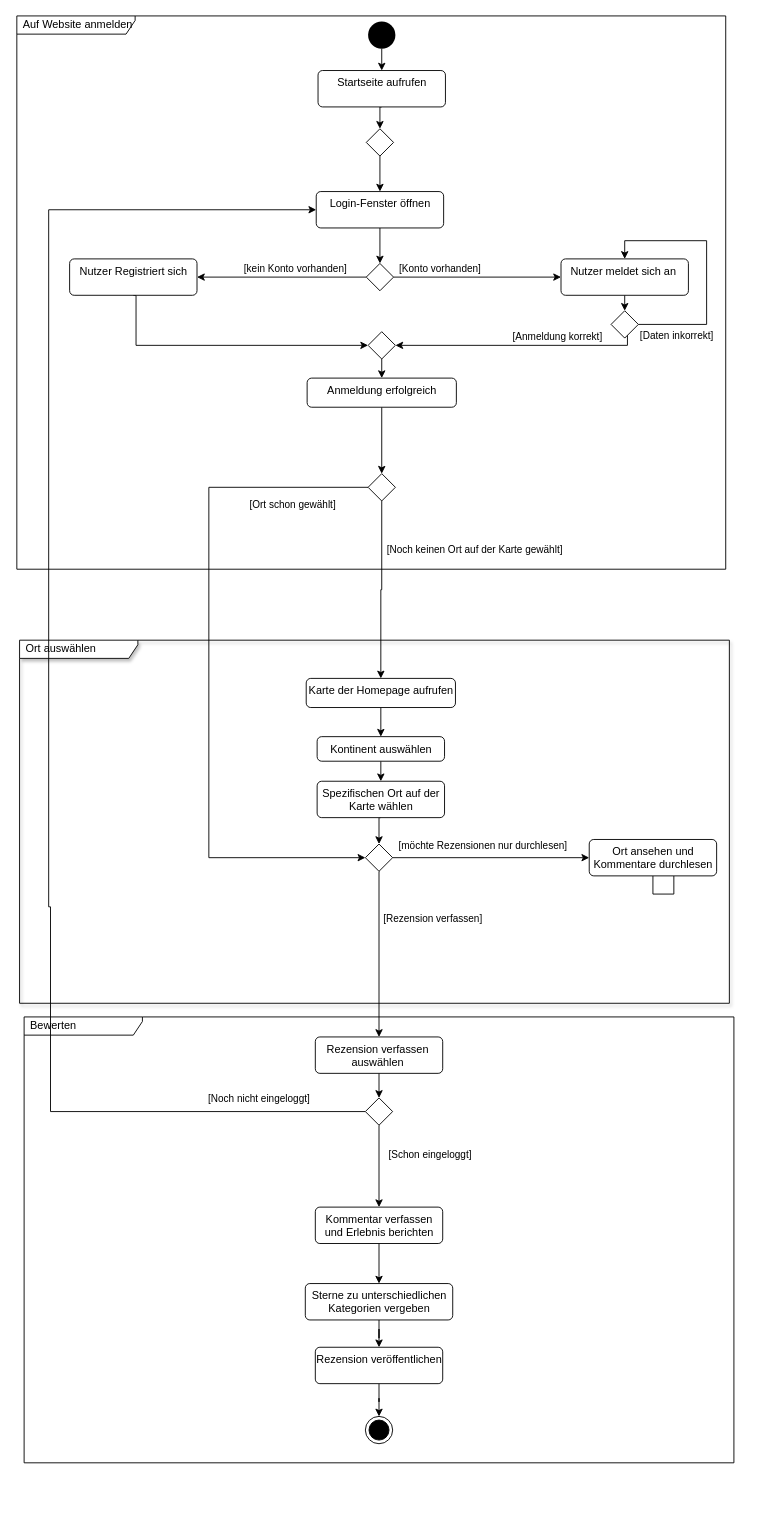
mertoo36/Web-Programmierung keeps this draw.io diagram as Unbenanntes Diagramm.drawio. Above is the earlier version. Source tidied: cells renumbered, new cells numbered last; positions are measured from the earlier drawing's top-left corner, leaving out a move shared by most shapes. Both pictures are drawn from the tidied source at 91%, with x=0, y=0 at pixel (16, 15).
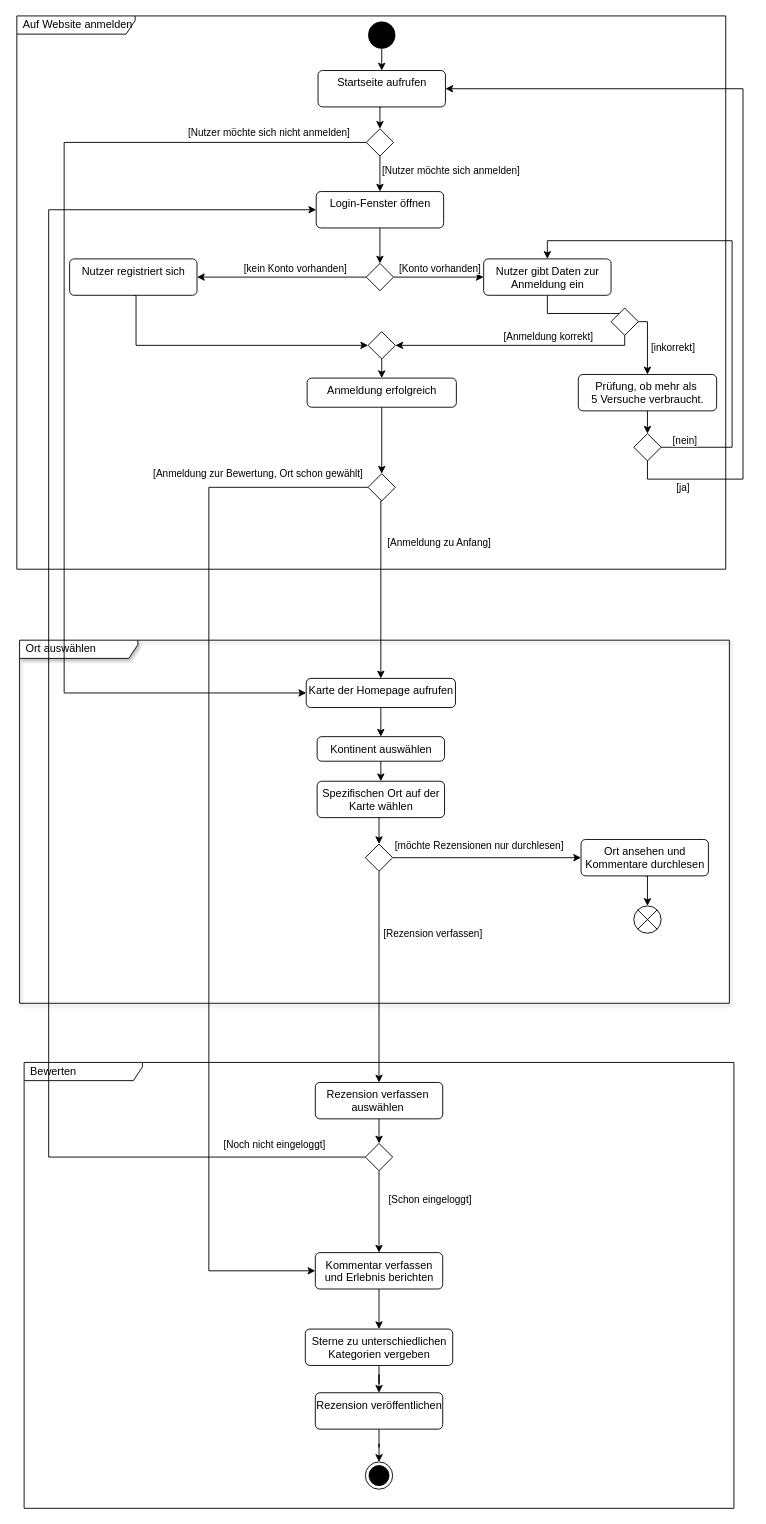
After the change.

The change refers to these unchanged cells:
```xml
<mxCell id="11" style="edgeStyle=orthogonalEdgeStyle;rounded=0;jettySize=auto;html=1;exitX=1;exitY=0.5;exitDx=0;exitDy=0;" parent="1" edge="1" source="15" target="10">
  <mxGeometry relative="1" as="geometry" />
</mxCell>
<mxCell id="24" style="rhombus;" parent="1" vertex="1">
  <mxGeometry x="386" y="347" width="30" height="30" as="geometry" />
</mxCell>
<mxCell id="26" value="Karte der Homepage aufrufen" style="html=1;align=center;verticalAlign=top;rounded=1;absoluteArcSize=1;arcSize=10;dashed=0;" parent="1" vertex="1">
  <mxGeometry x="318" y="728" width="164" height="32" as="geometry" />
</mxCell>
<mxCell id="34" style="rhombus;" parent="1" vertex="1">
  <mxGeometry x="383" y="910" width="30" height="30" as="geometry" />
</mxCell>
<mxCell id="46" value="Startseite aufrufen" style="html=1;align=center;verticalAlign=top;rounded=1;absoluteArcSize=1;arcSize=10;dashed=0;" parent="1" vertex="1">
  <mxGeometry x="331" y="60" width="140" height="40" as="geometry" />
</mxCell>
<mxCell id="47" style="edgeStyle=orthogonalEdgeStyle;rounded=0;jettySize=auto;html=1;exitX=0.5;exitY=1;exitDx=0;exitDy=0;entryX=0.5;entryY=0;entryDx=0;entryDy=0;" parent="1" edge="1" source="48" target="50">
  <mxGeometry relative="1" as="geometry" />
</mxCell>
<mxCell id="48" style="rhombus;" parent="1" vertex="1">
  <mxGeometry x="384" y="124" width="30" height="30" as="geometry" />
</mxCell>
<mxCell id="50" value="Login-Fenster öffnen" style="html=1;align=center;verticalAlign=top;rounded=1;absoluteArcSize=1;arcSize=10;dashed=0;" parent="1" vertex="1">
  <mxGeometry x="329" y="193" width="140" height="40" as="geometry" />
</mxCell>
<mxCell id="61" style="rhombus;" parent="1" vertex="1">
  <mxGeometry x="386" y="503" width="30" height="30" as="geometry" />
</mxCell>
```

The edit, as a diff of the source:
```diff
@@
     <mxCell id="2" value="Bewerten" style="shape=umlFrame;whiteSpace=wrap;html=1;width=130;height=20;boundedLbl=1;verticalAlign=middle;align=left;spacingLeft=5;" parent="1" vertex="1">
-      <mxGeometry x="8" y="1100" width="780" height="490" as="geometry" />
+      <mxGeometry x="8" y="1150" width="780" height="490" as="geometry" />
     </mxCell>
@@
     <mxCell id="7" style="ellipse;html=1;shape=endState;fillColor=strokeColor;" parent="1" vertex="1">
-      <mxGeometry x="383" y="1539" width="30" height="30" as="geometry" />
+      <mxGeometry x="383" y="1589" width="30" height="30" as="geometry" />
     </mxCell>
     <mxCell id="8" style="shape=sumEllipse;perimeter=ellipsePerimeter;whiteSpace=wrap;html=1;backgroundOutline=1;" parent="1" vertex="1">
-      <mxGeometry x="707" y="911" width="30" height="30" as="geometry" />
+      <mxGeometry x="678" y="978" width="30" height="30" as="geometry" />
     </mxCell>
@@
-    <mxCell id="10" value="Nutzer meldet sich an&amp;nbsp;" style="html=1;align=center;verticalAlign=top;rounded=1;absoluteArcSize=1;arcSize=10;dashed=0;" parent="1" vertex="1">
-      <mxGeometry x="598" y="267" width="140" height="40" as="geometry" />
+    <mxCell id="10" value="Nutzer gibt Daten zur&lt;br&gt;Anmeldung ein" style="html=1;align=center;verticalAlign=top;rounded=1;absoluteArcSize=1;arcSize=10;dashed=0;" parent="1" vertex="1">
+      <mxGeometry x="513" y="267" width="140" height="40" as="geometry" />
     </mxCell>
@@
     <mxCell id="12" value="[Konto vorhanden]" style="edgeLabel;html=1;align=center;verticalAlign=middle;" parent="11" vertex="1">
       <mxGeometry x="-0.6" y="2" relative="1" as="geometry">
-        <mxPoint x="13" y="-8" as="offset" />
+        <mxPoint x="30" y="-8" as="offset" />
       </mxGeometry>
     </mxCell>
@@
-    <mxCell id="17" value="Nutzer Registriert sich" style="html=1;align=center;verticalAlign=top;rounded=1;absoluteArcSize=1;arcSize=10;dashed=0;" parent="1" vertex="1">
+    <mxCell id="17" value="Nutzer registriert sich" style="html=1;align=center;verticalAlign=top;rounded=1;absoluteArcSize=1;arcSize=10;dashed=0;" parent="1" vertex="1">
       <mxGeometry x="58" y="267" width="140" height="40" as="geometry" />
     </mxCell>
     <mxCell id="18" style="edgeStyle=orthogonalEdgeStyle;rounded=0;jettySize=auto;html=1;exitX=0.5;exitY=1;exitDx=0;exitDy=0;entryX=1;entryY=0.5;entryDx=0;entryDy=0;" parent="1" edge="1" source="22" target="24">
       <mxGeometry relative="1" as="geometry">
         <Array as="points">
-          <mxPoint x="668" y="345" />
-          <mxPoint x="671" y="345" />
-          <mxPoint x="671" y="362" />
+          <mxPoint x="668" y="362" />
         </Array>
       </mxGeometry>
     </mxCell>
@@
-    <mxCell id="20" style="edgeStyle=orthogonalEdgeStyle;rounded=0;jettySize=auto;html=1;exitX=1;exitY=0.5;exitDx=0;exitDy=0;entryX=0.5;entryY=0;entryDx=0;entryDy=0;" parent="1" edge="1" source="22" target="10">
-      <mxGeometry relative="1" as="geometry">
-        <Array as="points">
-          <mxPoint x="758" y="339" />
-          <mxPoint x="758" y="247" />
-          <mxPoint x="668" y="247" />
-        </Array>
-      </mxGeometry>
-    </mxCell>
-    <mxCell id="21" value="[Daten inkorrekt]" style="edgeLabel;html=1;align=center;verticalAlign=middle;" parent="20" vertex="1">
-      <mxGeometry x="-0.83" y="-3" relative="1" as="geometry">
-        <mxPoint x="17" y="9" as="offset" />
-      </mxGeometry>
-    </mxCell>
+    <mxCell id="62" style="edgeStyle=orthogonalEdgeStyle;rounded=0;jettySize=auto;html=1;exitX=1;exitY=0.5;exitDx=0;exitDy=0;entryX=0.5;entryY=0;entryDx=0;entryDy=0;" parent="1" edge="1" source="22" target="68">
+      <mxGeometry relative="1" as="geometry">
+        <Array as="points">
+          <mxPoint x="693" y="336" />
+        </Array>
+      </mxGeometry>
+    </mxCell>
+    <mxCell id="63" value="[inkorrekt]" style="edgeLabel;html=1;align=center;verticalAlign=middle;" parent="62" vertex="1">
+      <mxGeometry x="-0.05" y="1" relative="1" as="geometry">
+        <mxPoint x="26" y="6" as="offset" />
+      </mxGeometry>
+    </mxCell>
     <mxCell id="22" style="rhombus;" parent="1" vertex="1">
-      <mxGeometry x="653" y="324" width="30" height="30" as="geometry" />
+      <mxGeometry x="653" y="321" width="30" height="30" as="geometry" />
     </mxCell>
@@
     <mxCell id="36" value="Ort ansehen und&lt;br&gt;Kommentare durchlesen" style="html=1;align=center;verticalAlign=top;rounded=1;absoluteArcSize=1;arcSize=10;dashed=0;" parent="1" vertex="1">
-      <mxGeometry x="629" y="905" width="140" height="40" as="geometry" />
+      <mxGeometry x="620" y="905" width="140" height="40" as="geometry" />
     </mxCell>
@@
     <mxCell id="38" value="Rezension verfassen&amp;nbsp;&lt;br&gt;auswählen&amp;nbsp;" style="html=1;align=center;verticalAlign=top;rounded=1;absoluteArcSize=1;arcSize=10;dashed=0;" parent="1" vertex="1">
-      <mxGeometry x="328" y="1122" width="140" height="40" as="geometry" />
+      <mxGeometry x="328" y="1172" width="140" height="40" as="geometry" />
     </mxCell>
@@
     <mxCell id="40" value="Kommentar verfassen&lt;br&gt;und Erlebnis berichten" style="html=1;align=center;verticalAlign=top;rounded=1;absoluteArcSize=1;arcSize=10;dashed=0;" parent="1" vertex="1">
-      <mxGeometry x="328" y="1309" width="140" height="40" as="geometry" />
+      <mxGeometry x="328" y="1359" width="140" height="40" as="geometry" />
     </mxCell>
@@
     <mxCell id="42" value="Sterne zu unterschiedlichen&lt;br&gt;Kategorien vergeben" style="html=1;align=center;verticalAlign=top;rounded=1;absoluteArcSize=1;arcSize=10;dashed=0;" parent="1" vertex="1">
-      <mxGeometry x="317" y="1393" width="162" height="40" as="geometry" />
+      <mxGeometry x="317" y="1443" width="162" height="40" as="geometry" />
     </mxCell>
@@
     <mxCell id="44" value="Rezension veröffentlichen" style="html=1;align=center;verticalAlign=top;rounded=1;absoluteArcSize=1;arcSize=10;dashed=0;" parent="1" vertex="1">
-      <mxGeometry x="328" y="1463" width="140" height="40" as="geometry" />
+      <mxGeometry x="328" y="1513" width="140" height="40" as="geometry" />
     </mxCell>
@@
+    <mxCell id="64" value="[Nutzer möchte sich anmelden]" style="edgeLabel;html=1;align=center;verticalAlign=middle;" parent="47" vertex="1">
+      <mxGeometry x="-0.36" y="1" relative="1" as="geometry">
+        <mxPoint x="76" y="3" as="offset" />
+      </mxGeometry>
+    </mxCell>
+    <mxCell id="65" style="edgeStyle=orthogonalEdgeStyle;rounded=0;jettySize=auto;html=1;exitX=0;exitY=0.5;exitDx=0;exitDy=0;entryX=0;entryY=0.5;entryDx=0;entryDy=0;" parent="1" edge="1" source="48" target="26">
+      <mxGeometry relative="1" as="geometry">
+        <Array as="points">
+          <mxPoint x="52" y="139" />
+          <mxPoint x="52" y="744" />
+        </Array>
+      </mxGeometry>
+    </mxCell>
+    <mxCell id="66" value="[Nutzer möchte sich nicht anmelden]" style="edgeLabel;html=1;align=center;verticalAlign=middle;" parent="65" vertex="1">
+      <mxGeometry x="-0.85" relative="1" as="geometry">
+        <mxPoint x="-18" y="-12" as="offset" />
+      </mxGeometry>
+    </mxCell>
@@
     <mxCell id="53" style="edgeStyle=orthogonalEdgeStyle;rounded=0;jettySize=auto;html=1;exitX=0;exitY=0.5;exitDx=0;exitDy=0;entryX=0;entryY=0.5;entryDx=0;entryDy=0;" parent="1" edge="1" source="55" target="50">
       <mxGeometry relative="1" as="geometry">
         <Array as="points">
-          <mxPoint x="37" y="1204" />
-          <mxPoint x="37" y="979" />
-          <mxPoint x="35" y="979" />
+          <mxPoint x="35" y="1254" />
           <mxPoint x="35" y="213" />
         </Array>
       </mxGeometry>
     </mxCell>
     <mxCell id="54" value="[Noch nicht eingeloggt]" style="edgeLabel;html=1;align=center;verticalAlign=middle;" parent="53" vertex="1">
       <mxGeometry x="-0.74" y="4" relative="1" as="geometry">
-        <mxPoint x="94" y="-19" as="offset" />
+        <mxPoint x="118" y="-19" as="offset" />
       </mxGeometry>
     </mxCell>
     <mxCell id="55" style="rhombus;" parent="1" vertex="1">
-      <mxGeometry x="383" y="1189" width="30" height="30" as="geometry" />
+      <mxGeometry x="383" y="1239" width="30" height="30" as="geometry" />
     </mxCell>
@@
     <mxCell id="58" style="edgeStyle=orthogonalEdgeStyle;rounded=0;jettySize=auto;html=1;exitX=0.5;exitY=1;exitDx=0;exitDy=0;" parent="1" edge="1" source="61" target="26">
-      <mxGeometry relative="1" as="geometry" />
+      <mxGeometry relative="1" as="geometry">
+        <Array as="points">
+          <mxPoint x="400" y="533" />
+        </Array>
+      </mxGeometry>
     </mxCell>
-    <mxCell id="59" value="[Noch keinen Ort auf der Karte gewählt]" style="edgeLabel;html=1;align=center;verticalAlign=middle;" parent="58" vertex="1">
+    <mxCell id="59" value="[Anmeldung zu Anfang]" style="edgeLabel;html=1;align=center;verticalAlign=middle;" parent="58" vertex="1">
       <mxGeometry x="-0.78" y="1" relative="1" as="geometry">
-        <mxPoint x="100" y="31" as="offset" />
+        <mxPoint x="62" y="24" as="offset" />
       </mxGeometry>
     </mxCell>
-    <mxCell id="60" value="[Ort schon gewählt]" style="edgeStyle=orthogonalEdgeStyle;rounded=0;jettySize=auto;html=1;exitX=0;exitY=0.5;exitDx=0;exitDy=0;entryX=0;entryY=0.5;entryDx=0;entryDy=0;" parent="1" edge="1" source="61" target="34">
-      <mxGeometry x="-0.78" y="19" relative="1" as="geometry">
+    <mxCell id="60" value="[Anmeldung zur Bewertung, Ort schon gewählt]" style="edgeStyle=orthogonalEdgeStyle;rounded=0;jettySize=auto;html=1;exitX=0;exitY=0.5;exitDx=0;exitDy=0;entryX=0;entryY=0.5;entryDx=0;entryDy=0;" parent="1" edge="1" source="61" target="40">
+      <mxGeometry x="-0.79" y="-15" relative="1" as="geometry">
         <Array as="points">
           <mxPoint x="211" y="518" />
-          <mxPoint x="211" y="925" />
+          <mxPoint x="211" y="1379" />
         </Array>
       </mxGeometry>
     </mxCell>
@@
+    <mxCell id="67" style="edgeStyle=orthogonalEdgeStyle;rounded=0;jettySize=auto;html=1;exitX=0.5;exitY=1;exitDx=0;exitDy=0;entryX=0.5;entryY=0;entryDx=0;entryDy=0;" parent="1" edge="1" source="68" target="73">
+      <mxGeometry relative="1" as="geometry" />
+    </mxCell>
+    <mxCell id="68" value="Prüfung, ob mehr als&amp;nbsp;&lt;br&gt;5 Versuche verbraucht." style="html=1;align=center;verticalAlign=top;rounded=1;absoluteArcSize=1;arcSize=10;dashed=0;" parent="1" vertex="1">
+      <mxGeometry x="617" y="394" width="152" height="40" as="geometry" />
+    </mxCell>
+    <mxCell id="69" style="edgeStyle=orthogonalEdgeStyle;rounded=0;jettySize=auto;html=1;exitX=1;exitY=0.5;exitDx=0;exitDy=0;entryX=0.5;entryY=0;entryDx=0;entryDy=0;" parent="1" edge="1" source="73" target="10">
+      <mxGeometry relative="1" as="geometry">
+        <Array as="points">
+          <mxPoint x="786" y="474" />
+          <mxPoint x="786" y="247" />
+          <mxPoint x="583" y="247" />
+        </Array>
+      </mxGeometry>
+    </mxCell>
+    <mxCell id="70" value="[nein]" style="edgeLabel;html=1;align=center;verticalAlign=middle;" parent="69" vertex="1">
+      <mxGeometry x="-0.42" y="-1" relative="1" as="geometry">
+        <mxPoint x="-54" y="67" as="offset" />
+      </mxGeometry>
+    </mxCell>
+    <mxCell id="71" style="edgeStyle=orthogonalEdgeStyle;rounded=0;jettySize=auto;html=1;exitX=0.5;exitY=1;exitDx=0;exitDy=0;entryX=1;entryY=0.5;entryDx=0;entryDy=0;" parent="1" edge="1" source="73" target="46">
+      <mxGeometry relative="1" as="geometry">
+        <Array as="points">
+          <mxPoint x="693" y="509" />
+          <mxPoint x="798" y="509" />
+          <mxPoint x="798" y="80" />
+        </Array>
+      </mxGeometry>
+    </mxCell>
+    <mxCell id="72" value="[ja]" style="edgeLabel;html=1;align=center;verticalAlign=middle;" parent="71" vertex="1">
+      <mxGeometry x="-0.87" relative="1" as="geometry">
+        <mxPoint x="1" y="9" as="offset" />
+      </mxGeometry>
+    </mxCell>
+    <mxCell id="73" style="rhombus;" parent="1" vertex="1">
+      <mxGeometry x="678" y="459" width="30" height="30" as="geometry" />
+    </mxCell>
```
